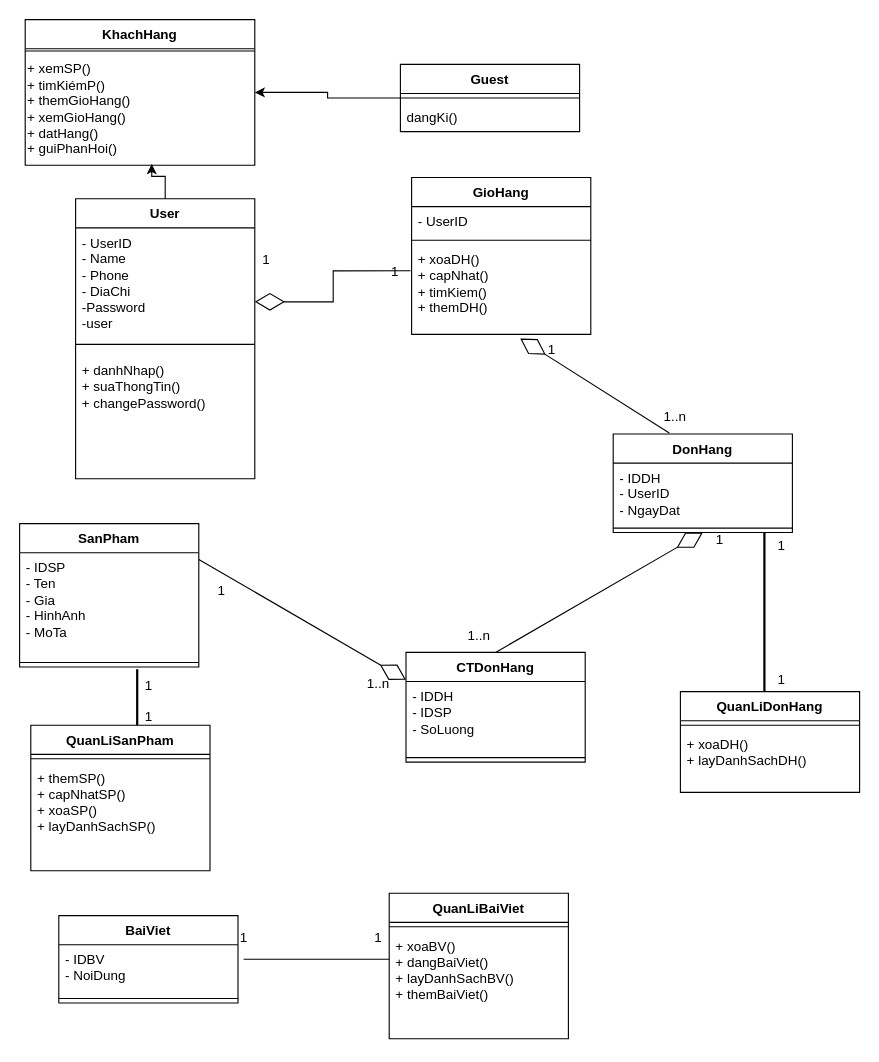
The draw.io diagram lop du kien.drawio in leehoang21/uml, before the edit. Source tidied: cells renumbered, new cells numbered last; positions are measured from the earlier drawing's top-left corner, leaving out a move shared by most shapes. Both pictures are drawn from the tidied source at 112%, with x=0, y=0 at pixel (19, 19).
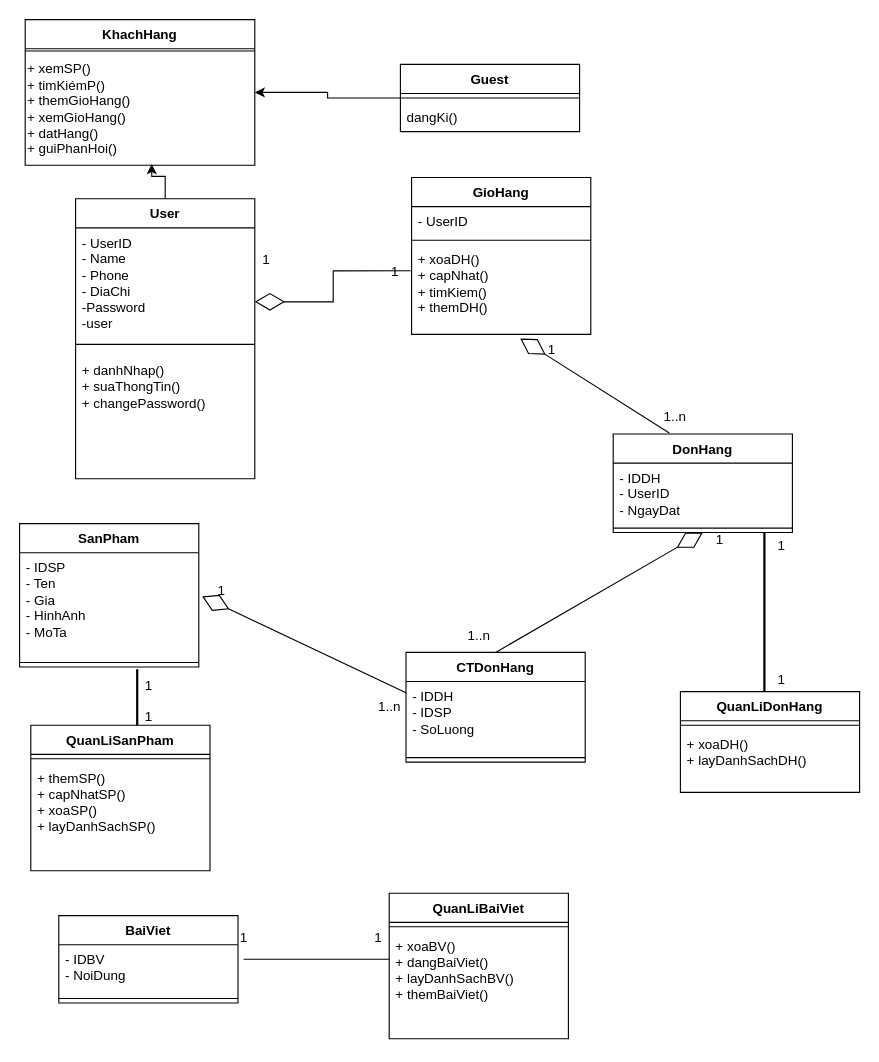
The same page after the edit.

The change refers to these unchanged cells:
```xml
<mxCell id="26" value="CTDonHang" style="swimlane;fontStyle=1;align=center;verticalAlign=top;horizontal=1;startSize=26;whiteSpace=wrap;html=1;" parent="1" vertex="1">
  <mxGeometry x="345" y="565" width="160" height="98" as="geometry" />
</mxCell>
<mxCell id="27" value="- IDDH&lt;br&gt;- IDSP&lt;br&gt;- SoLuong" style="text;strokeColor=none;fillColor=none;align=left;verticalAlign=top;spacingLeft=4;spacingRight=4;overflow=hidden;points=[[0,0.5],[1,0.5]];portConstraint=eastwest;whiteSpace=wrap;html=1;" parent="26" vertex="1">
  <mxGeometry y="26" width="160" height="64" as="geometry" />
</mxCell>
<mxCell id="33" value="SanPham" style="swimlane;fontStyle=1;align=center;verticalAlign=top;horizontal=1;startSize=26;whiteSpace=wrap;html=1;" parent="1" vertex="1">
  <mxGeometry y="450" width="160" height="128" as="geometry" />
</mxCell>
<mxCell id="38" value="1" style="text;html=1;align=center;verticalAlign=middle;points=[];strokeColor=none;fillColor=none;" parent="1" vertex="1">
  <mxGeometry x="165" y="495" width="30" height="30" as="geometry" />
</mxCell>
```

The edit, as a diff of the source:
```diff
@@
-    <mxCell id="36" style="endArrow=diamondThin;endFill=0;endSize=24;html=1;rounded=0;entryX=0;entryY=0.25;entryDx=0;entryDy=0;exitX=1;exitY=0.25;exitDx=0;exitDy=0;" parent="1" edge="1" source="33" target="26">
+    <mxCell id="36" style="endArrow=diamondThin;endFill=0;endSize=24;html=1;rounded=0;exitX=0;exitY=0.156;exitDx=0;exitDy=0;exitPerimeter=0;entryX=-0.067;entryY=0.667;entryDx=0;entryDy=0;entryPerimeter=0;" parent="1" edge="1" source="27" target="38">
       <mxGeometry relative="1" as="geometry" />
     </mxCell>
     <mxCell id="37" value="1..n" style="text;html=1;align=center;verticalAlign=middle;strokeColor=none;fillColor=none;" parent="1" vertex="1">
-      <mxGeometry x="300" y="578" width="40" height="30" as="geometry" />
+      <mxGeometry x="310" y="599" width="40" height="30" as="geometry" />
     </mxCell>
```
